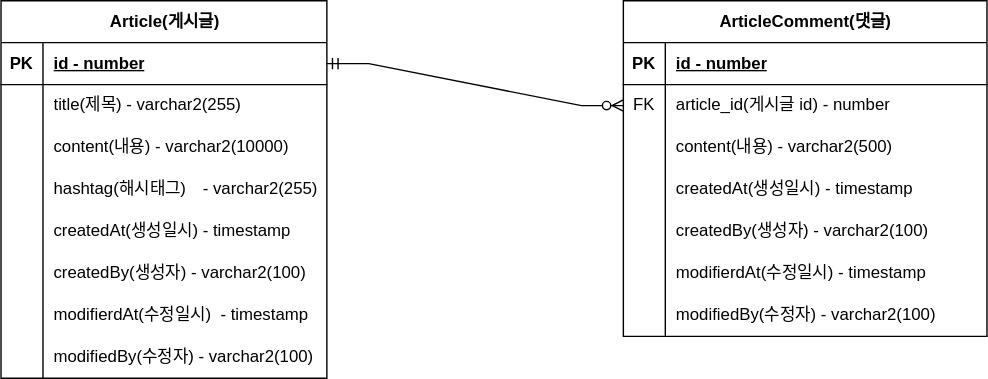
Above: document/project-board-erd.svg in rndjhds/Board_JPA (draw.io), before the change. Source tidied: cells renumbered, new cells last; positions are measured from the earlier drawing's top-left corner, leaving out a move shared by most shapes.
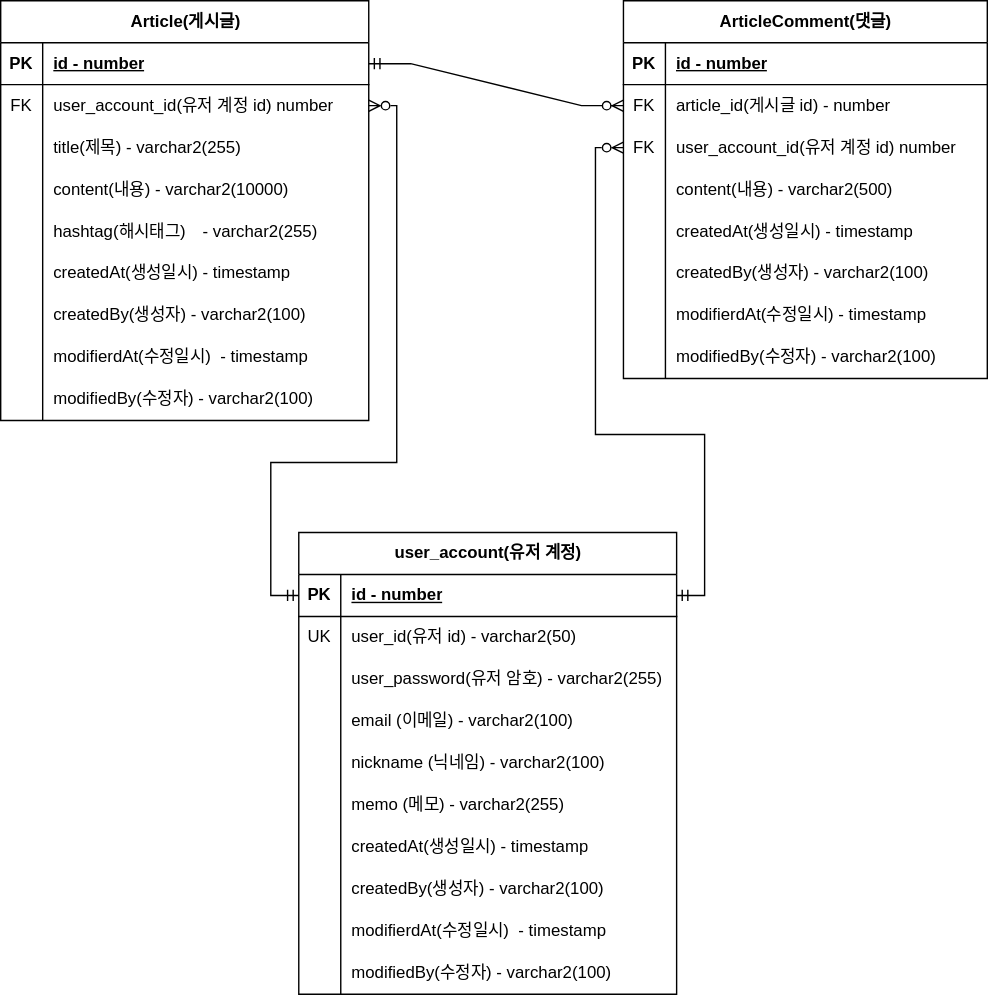
After the change.

Commit message:
#16 - erd에 user_account를 추가

The edit, as a diff of the source:
```diff
@@ -5,6 +5,6 @@
     <mxCell id="2" value="Article(게시글)" style="shape=table;startSize=30;rowLines=0;fontStyle=1;align=center;html=1;" parent="1" vertex="1">
-      <mxGeometry width="233" height="270" as="geometry" />
+      <mxGeometry width="263" height="300" as="geometry" />
     </mxCell>
     <mxCell id="3" style="shape=tableRow;horizontal=0;startSize=0;swimlaneHead=0;swimlaneBody=0;fillColor=none;points=[[0,0.5],[1,0.5]];portConstraint=eastwest;top=0;left=0;right=0;bottom=1;" parent="2" vertex="1">
-      <mxGeometry y="30" width="233" height="30" as="geometry" />
+      <mxGeometry y="30" width="263" height="30" as="geometry" />
     </mxCell>
@@ -14,15 +14,24 @@
     <mxCell id="5" value="id - number" style="shape=partialRectangle;fillColor=none;top=0;left=0;bottom=0;right=0;align=left;spacingLeft=6;fontStyle=5;overflow=hidden;whiteSpace=wrap;html=1;" parent="3" vertex="1">
-      <mxGeometry x="30" width="203" height="30" as="geometry" />
+      <mxGeometry x="30" width="233" height="30" as="geometry" />
     </mxCell>
     <mxCell id="6" style="shape=tableRow;horizontal=0;startSize=0;swimlaneHead=0;swimlaneBody=0;fillColor=none;points=[[0,0.5],[1,0.5]];portConstraint=eastwest;top=0;left=0;right=0;bottom=0;" parent="2" vertex="1">
-      <mxGeometry y="60" width="233" height="30" as="geometry" />
+      <mxGeometry y="60" width="263" height="30" as="geometry" />
     </mxCell>
-    <mxCell id="7" style="shape=partialRectangle;fillColor=none;top=0;left=0;bottom=0;right=0;overflow=hidden;whiteSpace=wrap;html=1;" parent="6" vertex="1">
+    <mxCell id="7" value="FK" style="shape=partialRectangle;fillColor=none;top=0;left=0;bottom=0;right=0;overflow=hidden;whiteSpace=wrap;html=1;" parent="6" vertex="1">
       <mxGeometry width="30" height="30" as="geometry" />
     </mxCell>
-    <mxCell id="8" value="title(제목) - varchar2(255)&amp;nbsp;" style="shape=partialRectangle;fillColor=none;top=0;left=0;bottom=0;right=0;align=left;spacingLeft=6;overflow=hidden;whiteSpace=wrap;html=1;" parent="6" vertex="1">
-      <mxGeometry x="30" width="203" height="30" as="geometry" />
+    <mxCell id="8" value="user_account_id(유저 계정 id) number" style="shape=partialRectangle;fillColor=none;top=0;left=0;bottom=0;right=0;align=left;spacingLeft=6;overflow=hidden;whiteSpace=wrap;html=1;" parent="6" vertex="1">
+      <mxGeometry x="30" width="233" height="30" as="geometry" />
     </mxCell>
+    <mxCell id="50" style="shape=tableRow;horizontal=0;startSize=0;swimlaneHead=0;swimlaneBody=0;fillColor=none;top=0;left=0;right=0;bottom=0;" parent="2" vertex="1">
+      <mxGeometry y="90" width="263" height="30" as="geometry" />
+    </mxCell>
+    <mxCell id="51" style="shape=partialRectangle;fillColor=none;top=0;left=0;bottom=0;right=0;overflow=hidden;whiteSpace=wrap;html=1;" parent="50" vertex="1">
+      <mxGeometry width="30" height="30" as="geometry" />
+    </mxCell>
+    <mxCell id="52" value="title(제목) - varchar2(255)&amp;nbsp;" style="shape=partialRectangle;fillColor=none;top=0;left=0;bottom=0;right=0;align=left;spacingLeft=6;overflow=hidden;whiteSpace=wrap;html=1;" parent="50" vertex="1">
+      <mxGeometry x="30" width="233" height="30" as="geometry" />
+    </mxCell>
     <mxCell id="9" style="shape=tableRow;horizontal=0;startSize=0;swimlaneHead=0;swimlaneBody=0;fillColor=none;top=0;left=0;right=0;bottom=0;" parent="2" vertex="1">
-      <mxGeometry y="90" width="233" height="30" as="geometry" />
+      <mxGeometry y="120" width="263" height="30" as="geometry" />
     </mxCell>
@@ -32,6 +41,6 @@
     <mxCell id="11" value="content(내용) - varchar2(10000)" style="shape=partialRectangle;fillColor=none;top=0;left=0;bottom=0;right=0;align=left;spacingLeft=6;overflow=hidden;whiteSpace=wrap;html=1;" parent="9" vertex="1">
-      <mxGeometry x="30" width="203" height="30" as="geometry" />
+      <mxGeometry x="30" width="233" height="30" as="geometry" />
     </mxCell>
     <mxCell id="12" style="shape=tableRow;horizontal=0;startSize=0;swimlaneHead=0;swimlaneBody=0;fillColor=none;top=0;left=0;right=0;bottom=0;" parent="2" vertex="1">
-      <mxGeometry y="120" width="233" height="30" as="geometry" />
+      <mxGeometry y="150" width="263" height="30" as="geometry" />
     </mxCell>
@@ -41,6 +50,6 @@
     <mxCell id="14" value="hashtag(해시태그)&lt;span style=&quot;white-space: pre;&quot;&gt;&#9;&lt;/span&gt;- varchar2(255)" style="shape=partialRectangle;fillColor=none;top=0;left=0;bottom=0;right=0;align=left;spacingLeft=6;overflow=hidden;whiteSpace=wrap;html=1;" parent="12" vertex="1">
-      <mxGeometry x="30" width="203" height="30" as="geometry" />
+      <mxGeometry x="30" width="233" height="30" as="geometry" />
     </mxCell>
     <mxCell id="15" style="shape=tableRow;horizontal=0;startSize=0;swimlaneHead=0;swimlaneBody=0;fillColor=none;top=0;left=0;right=0;bottom=0;" parent="2" vertex="1">
-      <mxGeometry y="150" width="233" height="30" as="geometry" />
+      <mxGeometry y="180" width="263" height="30" as="geometry" />
     </mxCell>
@@ -50,6 +59,6 @@
     <mxCell id="17" value="createdAt(생성일시) - timestamp" style="shape=partialRectangle;fillColor=none;top=0;left=0;bottom=0;right=0;align=left;spacingLeft=6;overflow=hidden;whiteSpace=wrap;html=1;" parent="15" vertex="1">
-      <mxGeometry x="30" width="203" height="30" as="geometry" />
+      <mxGeometry x="30" width="233" height="30" as="geometry" />
     </mxCell>
     <mxCell id="18" style="shape=tableRow;horizontal=0;startSize=0;swimlaneHead=0;swimlaneBody=0;fillColor=none;top=0;left=0;right=0;bottom=0;" parent="2" vertex="1">
-      <mxGeometry y="180" width="233" height="30" as="geometry" />
+      <mxGeometry y="210" width="263" height="30" as="geometry" />
     </mxCell>
@@ -59,6 +68,6 @@
     <mxCell id="20" value="createdBy(생성자) - varchar2(100)" style="shape=partialRectangle;fillColor=none;top=0;left=0;bottom=0;right=0;align=left;spacingLeft=6;overflow=hidden;whiteSpace=wrap;html=1;" parent="18" vertex="1">
-      <mxGeometry x="30" width="203" height="30" as="geometry" />
+      <mxGeometry x="30" width="233" height="30" as="geometry" />
     </mxCell>
     <mxCell id="21" style="shape=tableRow;horizontal=0;startSize=0;swimlaneHead=0;swimlaneBody=0;fillColor=none;top=0;left=0;right=0;bottom=0;" parent="2" vertex="1">
-      <mxGeometry y="210" width="233" height="30" as="geometry" />
+      <mxGeometry y="240" width="263" height="30" as="geometry" />
     </mxCell>
@@ -68,6 +77,6 @@
     <mxCell id="23" value="modifierdAt(수정일시)&amp;nbsp; - timestamp" style="shape=partialRectangle;fillColor=none;top=0;left=0;bottom=0;right=0;align=left;spacingLeft=6;overflow=hidden;whiteSpace=wrap;html=1;" parent="21" vertex="1">
-      <mxGeometry x="30" width="203" height="30" as="geometry" />
+      <mxGeometry x="30" width="233" height="30" as="geometry" />
     </mxCell>
     <mxCell id="24" style="shape=tableRow;horizontal=0;startSize=0;swimlaneHead=0;swimlaneBody=0;fillColor=none;top=0;left=0;right=0;bottom=0;" parent="2" vertex="1">
-      <mxGeometry y="240" width="233" height="30" as="geometry" />
+      <mxGeometry y="270" width="263" height="30" as="geometry" />
     </mxCell>
@@ -77,6 +86,6 @@
     <mxCell id="26" value="modifiedBy(수정자) - varchar2(100)" style="shape=partialRectangle;fillColor=none;top=0;left=0;bottom=0;right=0;align=left;spacingLeft=6;overflow=hidden;whiteSpace=wrap;html=1;" parent="24" vertex="1">
-      <mxGeometry x="30" width="203" height="30" as="geometry" />
+      <mxGeometry x="30" width="233" height="30" as="geometry" />
     </mxCell>
     <mxCell id="27" value="ArticleComment(댓글)" style="shape=table;startSize=30;rowLines=0;fontStyle=1;align=center;html=1;" parent="1" vertex="1">
-      <mxGeometry x="445" width="260" height="240" as="geometry" />
+      <mxGeometry x="445" width="260" height="270" as="geometry" />
     </mxCell>
@@ -100,4 +109,13 @@
     </mxCell>
+    <mxCell id="53" style="shape=tableRow;horizontal=0;startSize=0;swimlaneHead=0;swimlaneBody=0;fillColor=none;points=[[0,0.5],[1,0.5]];portConstraint=eastwest;top=0;left=0;right=0;bottom=0;" parent="27" vertex="1">
+      <mxGeometry y="90" width="260" height="30" as="geometry" />
+    </mxCell>
+    <mxCell id="54" value="FK" style="shape=partialRectangle;fillColor=none;top=0;left=0;bottom=0;right=0;overflow=hidden;whiteSpace=wrap;html=1;" parent="53" vertex="1">
+      <mxGeometry width="30" height="30" as="geometry" />
+    </mxCell>
+    <mxCell id="55" value="user_account_id(유저 계정 id) number" style="shape=partialRectangle;fillColor=none;top=0;left=0;bottom=0;right=0;align=left;spacingLeft=6;overflow=hidden;whiteSpace=wrap;html=1;" parent="53" vertex="1">
+      <mxGeometry x="30" width="230" height="30" as="geometry" />
+    </mxCell>
     <mxCell id="34" style="shape=tableRow;horizontal=0;startSize=0;swimlaneHead=0;swimlaneBody=0;fillColor=none;top=0;left=0;right=0;bottom=0;" parent="27" vertex="1">
-      <mxGeometry y="90" width="260" height="30" as="geometry" />
+      <mxGeometry y="120" width="260" height="30" as="geometry" />
     </mxCell>
@@ -110,3 +128,3 @@
     <mxCell id="37" style="shape=tableRow;horizontal=0;startSize=0;swimlaneHead=0;swimlaneBody=0;fillColor=none;top=0;left=0;right=0;bottom=0;" parent="27" vertex="1">
-      <mxGeometry y="120" width="260" height="30" as="geometry" />
+      <mxGeometry y="150" width="260" height="30" as="geometry" />
     </mxCell>
@@ -119,3 +137,3 @@
     <mxCell id="40" style="shape=tableRow;horizontal=0;startSize=0;swimlaneHead=0;swimlaneBody=0;fillColor=none;top=0;left=0;right=0;bottom=0;" parent="27" vertex="1">
-      <mxGeometry y="150" width="260" height="30" as="geometry" />
+      <mxGeometry y="180" width="260" height="30" as="geometry" />
     </mxCell>
@@ -128,3 +146,3 @@
     <mxCell id="43" style="shape=tableRow;horizontal=0;startSize=0;swimlaneHead=0;swimlaneBody=0;fillColor=none;top=0;left=0;right=0;bottom=0;" parent="27" vertex="1">
-      <mxGeometry y="180" width="260" height="30" as="geometry" />
+      <mxGeometry y="210" width="260" height="30" as="geometry" />
     </mxCell>
@@ -137,3 +155,3 @@
     <mxCell id="46" style="shape=tableRow;horizontal=0;startSize=0;swimlaneHead=0;swimlaneBody=0;fillColor=none;top=0;left=0;right=0;bottom=0;" parent="27" vertex="1">
-      <mxGeometry y="210" width="260" height="30" as="geometry" />
+      <mxGeometry y="240" width="260" height="30" as="geometry" />
     </mxCell>
@@ -148,2 +166,115 @@
     </mxCell>
+    <mxCell id="56" value="user_account(유저 계정)" style="shape=table;startSize=30;rowLines=0;fontStyle=1;align=center;html=1;" parent="1" vertex="1">
+      <mxGeometry x="213" y="380" width="270" height="330" as="geometry" />
+    </mxCell>
+    <mxCell id="57" style="shape=tableRow;horizontal=0;startSize=0;swimlaneHead=0;swimlaneBody=0;fillColor=none;points=[[0,0.5],[1,0.5]];portConstraint=eastwest;top=0;left=0;right=0;bottom=1;" parent="56" vertex="1">
+      <mxGeometry y="30" width="270" height="30" as="geometry" />
+    </mxCell>
+    <mxCell id="58" value="PK" style="shape=partialRectangle;fillColor=none;top=0;left=0;bottom=0;right=0;fontStyle=1;overflow=hidden;whiteSpace=wrap;html=1;" parent="57" vertex="1">
+      <mxGeometry width="30" height="30" as="geometry" />
+    </mxCell>
+    <mxCell id="59" value="id - number" style="shape=partialRectangle;fillColor=none;top=0;left=0;bottom=0;right=0;align=left;spacingLeft=6;fontStyle=5;overflow=hidden;whiteSpace=wrap;html=1;" parent="57" vertex="1">
+      <mxGeometry x="30" width="240" height="30" as="geometry" />
+    </mxCell>
+    <mxCell id="60" style="shape=tableRow;horizontal=0;startSize=0;swimlaneHead=0;swimlaneBody=0;fillColor=none;top=0;left=0;right=0;bottom=0;" parent="56" vertex="1">
+      <mxGeometry y="60" width="270" height="30" as="geometry" />
+    </mxCell>
+    <mxCell id="61" value="UK" style="shape=partialRectangle;fillColor=none;top=0;left=0;bottom=0;right=0;overflow=hidden;whiteSpace=wrap;html=1;" parent="60" vertex="1">
+      <mxGeometry width="30" height="30" as="geometry" />
+    </mxCell>
+    <mxCell id="62" value="user_id(유저 id) - varchar2(50)" style="shape=partialRectangle;fillColor=none;top=0;left=0;bottom=0;right=0;align=left;spacingLeft=6;overflow=hidden;whiteSpace=wrap;html=1;" parent="60" vertex="1">
+      <mxGeometry x="30" width="240" height="30" as="geometry" />
+    </mxCell>
+    <mxCell id="63" style="shape=tableRow;horizontal=0;startSize=0;swimlaneHead=0;swimlaneBody=0;fillColor=none;top=0;left=0;right=0;bottom=0;" parent="56" vertex="1">
+      <mxGeometry y="90" width="270" height="30" as="geometry" />
+    </mxCell>
+    <mxCell id="64" style="shape=partialRectangle;fillColor=none;top=0;left=0;bottom=0;right=0;overflow=hidden;whiteSpace=wrap;html=1;" parent="63" vertex="1">
+      <mxGeometry width="30" height="30" as="geometry" />
+    </mxCell>
+    <mxCell id="65" value="user_password(유저 암호) - varchar2(255)" style="shape=partialRectangle;fillColor=none;top=0;left=0;bottom=0;right=0;align=left;spacingLeft=6;overflow=hidden;whiteSpace=wrap;html=1;" parent="63" vertex="1">
+      <mxGeometry x="30" width="240" height="30" as="geometry" />
+    </mxCell>
+    <mxCell id="66" style="shape=tableRow;horizontal=0;startSize=0;swimlaneHead=0;swimlaneBody=0;fillColor=none;top=0;left=0;right=0;bottom=0;" parent="56" vertex="1">
+      <mxGeometry y="120" width="270" height="30" as="geometry" />
+    </mxCell>
+    <mxCell id="67" style="shape=partialRectangle;fillColor=none;top=0;left=0;bottom=0;right=0;overflow=hidden;whiteSpace=wrap;html=1;" parent="66" vertex="1">
+      <mxGeometry width="30" height="30" as="geometry" />
+    </mxCell>
+    <mxCell id="68" value="email (이메일) - varchar2(100)" style="shape=partialRectangle;fillColor=none;top=0;left=0;bottom=0;right=0;align=left;spacingLeft=6;overflow=hidden;whiteSpace=wrap;html=1;" parent="66" vertex="1">
+      <mxGeometry x="30" width="240" height="30" as="geometry" />
+    </mxCell>
+    <mxCell id="69" style="shape=tableRow;horizontal=0;startSize=0;swimlaneHead=0;swimlaneBody=0;fillColor=none;top=0;left=0;right=0;bottom=0;" parent="56" vertex="1">
+      <mxGeometry y="150" width="270" height="30" as="geometry" />
+    </mxCell>
+    <mxCell id="70" style="shape=partialRectangle;fillColor=none;top=0;left=0;bottom=0;right=0;overflow=hidden;whiteSpace=wrap;html=1;" parent="69" vertex="1">
+      <mxGeometry width="30" height="30" as="geometry" />
+    </mxCell>
+    <mxCell id="71" value="nickname (닉네임) - varchar2(100)" style="shape=partialRectangle;fillColor=none;top=0;left=0;bottom=0;right=0;align=left;spacingLeft=6;overflow=hidden;whiteSpace=wrap;html=1;" parent="69" vertex="1">
+      <mxGeometry x="30" width="240" height="30" as="geometry" />
+    </mxCell>
+    <mxCell id="72" style="shape=tableRow;horizontal=0;startSize=0;swimlaneHead=0;swimlaneBody=0;fillColor=none;top=0;left=0;right=0;bottom=0;" parent="56" vertex="1">
+      <mxGeometry y="180" width="270" height="30" as="geometry" />
+    </mxCell>
+    <mxCell id="73" style="shape=partialRectangle;fillColor=none;top=0;left=0;bottom=0;right=0;overflow=hidden;whiteSpace=wrap;html=1;" parent="72" vertex="1">
+      <mxGeometry width="30" height="30" as="geometry" />
+    </mxCell>
+    <mxCell id="74" value="memo (메모) - varchar2(255)" style="shape=partialRectangle;fillColor=none;top=0;left=0;bottom=0;right=0;align=left;spacingLeft=6;overflow=hidden;whiteSpace=wrap;html=1;" parent="72" vertex="1">
+      <mxGeometry x="30" width="240" height="30" as="geometry" />
+    </mxCell>
+    <mxCell id="75" style="shape=tableRow;horizontal=0;startSize=0;swimlaneHead=0;swimlaneBody=0;fillColor=none;top=0;left=0;right=0;bottom=0;" parent="56" vertex="1">
+      <mxGeometry y="210" width="270" height="30" as="geometry" />
+    </mxCell>
+    <mxCell id="76" style="shape=partialRectangle;fillColor=none;top=0;left=0;bottom=0;right=0;overflow=hidden;whiteSpace=wrap;html=1;" parent="75" vertex="1">
+      <mxGeometry width="30" height="30" as="geometry" />
+    </mxCell>
+    <mxCell id="77" value="createdAt(생성일시) - timestamp" style="shape=partialRectangle;fillColor=none;top=0;left=0;bottom=0;right=0;align=left;spacingLeft=6;overflow=hidden;whiteSpace=wrap;html=1;" parent="75" vertex="1">
+      <mxGeometry x="30" width="240" height="30" as="geometry" />
+    </mxCell>
+    <mxCell id="78" style="shape=tableRow;horizontal=0;startSize=0;swimlaneHead=0;swimlaneBody=0;fillColor=none;top=0;left=0;right=0;bottom=0;" parent="56" vertex="1">
+      <mxGeometry y="240" width="270" height="30" as="geometry" />
+    </mxCell>
+    <mxCell id="79" style="shape=partialRectangle;fillColor=none;top=0;left=0;bottom=0;right=0;overflow=hidden;whiteSpace=wrap;html=1;" parent="78" vertex="1">
+      <mxGeometry width="30" height="30" as="geometry" />
+    </mxCell>
+    <mxCell id="80" value="createdBy(생성자) - varchar2(100)" style="shape=partialRectangle;fillColor=none;top=0;left=0;bottom=0;right=0;align=left;spacingLeft=6;overflow=hidden;whiteSpace=wrap;html=1;" parent="78" vertex="1">
+      <mxGeometry x="30" width="240" height="30" as="geometry" />
+    </mxCell>
+    <mxCell id="81" style="shape=tableRow;horizontal=0;startSize=0;swimlaneHead=0;swimlaneBody=0;fillColor=none;top=0;left=0;right=0;bottom=0;" parent="56" vertex="1">
+      <mxGeometry y="270" width="270" height="30" as="geometry" />
+    </mxCell>
+    <mxCell id="82" style="shape=partialRectangle;fillColor=none;top=0;left=0;bottom=0;right=0;overflow=hidden;whiteSpace=wrap;html=1;" parent="81" vertex="1">
+      <mxGeometry width="30" height="30" as="geometry" />
+    </mxCell>
+    <mxCell id="83" value="modifierdAt(수정일시)&amp;nbsp; - timestamp" style="shape=partialRectangle;fillColor=none;top=0;left=0;bottom=0;right=0;align=left;spacingLeft=6;overflow=hidden;whiteSpace=wrap;html=1;" parent="81" vertex="1">
+      <mxGeometry x="30" width="240" height="30" as="geometry" />
+    </mxCell>
+    <mxCell id="84" style="shape=tableRow;horizontal=0;startSize=0;swimlaneHead=0;swimlaneBody=0;fillColor=none;top=0;left=0;right=0;bottom=0;" parent="56" vertex="1">
+      <mxGeometry y="300" width="270" height="30" as="geometry" />
+    </mxCell>
+    <mxCell id="85" style="shape=partialRectangle;fillColor=none;top=0;left=0;bottom=0;right=0;overflow=hidden;whiteSpace=wrap;html=1;" parent="84" vertex="1">
+      <mxGeometry width="30" height="30" as="geometry" />
+    </mxCell>
+    <mxCell id="86" value="modifiedBy(수정자) - varchar2(100)" style="shape=partialRectangle;fillColor=none;top=0;left=0;bottom=0;right=0;align=left;spacingLeft=6;overflow=hidden;whiteSpace=wrap;html=1;" parent="84" vertex="1">
+      <mxGeometry x="30" width="240" height="30" as="geometry" />
+    </mxCell>
+    <mxCell id="87" style="edgeStyle=orthogonalEdgeStyle;rounded=0;jettySize=auto;html=1;exitX=0;exitY=0.5;exitDx=0;exitDy=0;entryX=1;entryY=0.5;entryDx=0;entryDy=0;startArrow=ERzeroToMany;startFill=0;endArrow=ERmandOne;endFill=0;" parent="1" edge="1" source="53" target="57">
+      <mxGeometry relative="1" as="geometry">
+        <Array as="points">
+          <mxPoint x="425" y="105" />
+          <mxPoint x="425" y="310" />
+          <mxPoint x="503" y="310" />
+          <mxPoint x="503" y="425" />
+        </Array>
+      </mxGeometry>
+    </mxCell>
+    <mxCell id="88" style="edgeStyle=orthogonalEdgeStyle;rounded=0;jettySize=auto;html=1;exitX=1;exitY=0.5;exitDx=0;exitDy=0;entryX=0;entryY=0.5;entryDx=0;entryDy=0;startArrow=ERzeroToMany;startFill=0;endArrow=ERmandOne;endFill=0;" parent="1" edge="1" source="6" target="57">
+      <mxGeometry relative="1" as="geometry">
+        <Array as="points">
+          <mxPoint x="283" y="75" />
+          <mxPoint x="283" y="330" />
+          <mxPoint x="193" y="330" />
+          <mxPoint x="193" y="425" />
+        </Array>
+      </mxGeometry>
+    </mxCell>
   </root>
```
